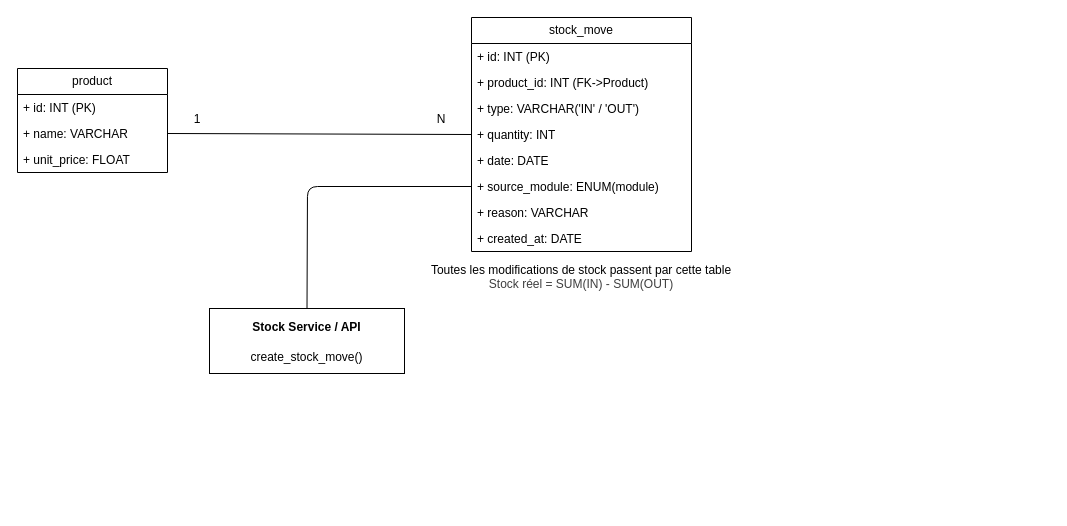
aymeneloulinti-ux/odoo-project keeps this draw.io diagram as stock_core.drawio. Above is the earlier version. Source tidied: cells renumbered, new cells numbered last; positions are measured from the earlier drawing's top-left corner, leaving out a move shared by most shapes. Both pictures are drawn from the tidied source at 100%, with x=0, y=0 at pixel (17, 17).
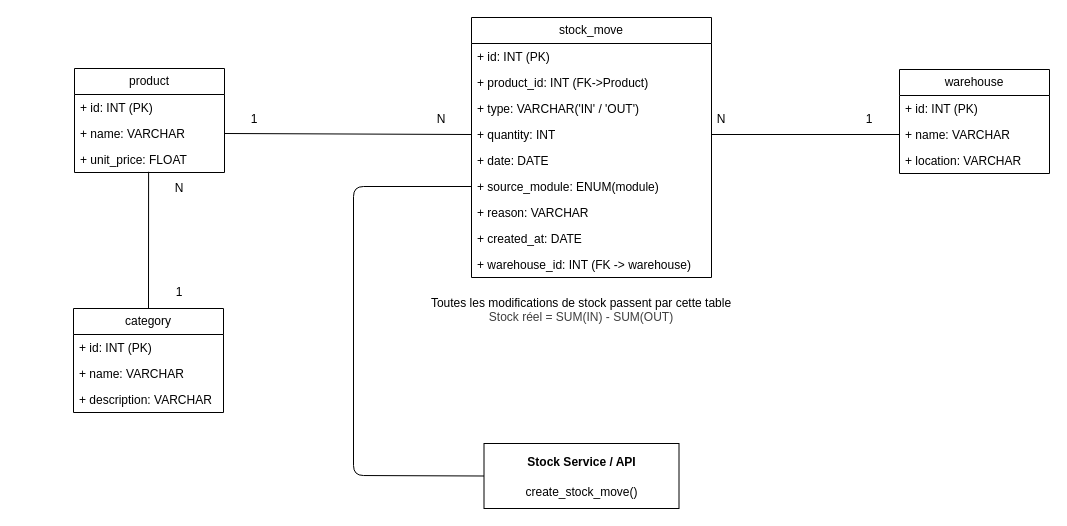
The same page after the edit.

The change refers to these unchanged cells:
```xml
<mxCell id="5" value="+ unit_price: FLOAT" style="text;strokeColor=none;fillColor=none;align=left;verticalAlign=top;spacingLeft=4;spacingRight=4;overflow=hidden;points=[[0,0.5],[1,0.5]];portConstraint=eastwest;whiteSpace=wrap;html=1;" parent="2" vertex="1">
  <mxGeometry y="78" width="150" height="26" as="geometry" />
</mxCell>
```

Diff of the diagram source:
```diff
@@
     <mxCell id="2" value="product" style="swimlane;fontStyle=0;horizontal=1;startSize=26;fillColor=none;whiteSpace=wrap;html=1;" parent="1" vertex="1">
-      <mxGeometry y="51" width="150" height="104" as="geometry" />
+      <mxGeometry x="57" y="51" width="150" height="104" as="geometry" />
     </mxCell>
@@
     <mxCell id="6" value="stock_move" style="swimlane;fontStyle=0;horizontal=1;startSize=26;fillColor=none;whiteSpace=wrap;html=1;" parent="1" vertex="1">
-      <mxGeometry x="454" width="220" height="234" as="geometry" />
+      <mxGeometry x="454" width="240" height="260" as="geometry" />
     </mxCell>
     <mxCell id="7" value="+ id: INT (PK)" style="text;strokeColor=none;fillColor=none;align=left;verticalAlign=top;spacingLeft=4;spacingRight=4;overflow=hidden;whiteSpace=wrap;html=1;" parent="6" vertex="1">
-      <mxGeometry y="26" width="220" height="26" as="geometry" />
+      <mxGeometry y="26" width="240" height="26" as="geometry" />
     </mxCell>
     <mxCell id="8" value="+ product_id: INT (FK-&amp;gt;Product)" style="text;strokeColor=none;fillColor=none;align=left;verticalAlign=top;spacingLeft=4;spacingRight=4;overflow=hidden;whiteSpace=wrap;html=1;" parent="6" vertex="1">
-      <mxGeometry y="52" width="220" height="26" as="geometry" />
+      <mxGeometry y="52" width="240" height="26" as="geometry" />
     </mxCell>
     <mxCell id="9" value="+ type: VARCHAR('IN' / 'OUT')" style="text;strokeColor=none;fillColor=none;align=left;verticalAlign=top;spacingLeft=4;spacingRight=4;overflow=hidden;whiteSpace=wrap;html=1;" parent="6" vertex="1">
-      <mxGeometry y="78" width="220" height="26" as="geometry" />
+      <mxGeometry y="78" width="240" height="26" as="geometry" />
     </mxCell>
     <mxCell id="10" value="+ quantity: INT" style="text;strokeColor=none;fillColor=none;align=left;verticalAlign=top;spacingLeft=4;spacingRight=4;overflow=hidden;points=[[0,0.5],[1,0.5]];portConstraint=eastwest;whiteSpace=wrap;html=1;" parent="6" vertex="1">
-      <mxGeometry y="104" width="220" height="26" as="geometry" />
+      <mxGeometry y="104" width="240" height="26" as="geometry" />
     </mxCell>
     <mxCell id="11" value="+ date: DATE" style="text;strokeColor=none;fillColor=none;align=left;verticalAlign=top;spacingLeft=4;spacingRight=4;overflow=hidden;whiteSpace=wrap;html=1;" parent="6" vertex="1">
-      <mxGeometry y="130" width="220" height="26" as="geometry" />
+      <mxGeometry y="130" width="240" height="26" as="geometry" />
     </mxCell>
     <mxCell id="12" value="+ source_module: ENUM(module)" style="text;strokeColor=none;fillColor=none;align=left;verticalAlign=top;spacingLeft=4;spacingRight=4;overflow=hidden;points=[[0,0.5],[1,0.5]];portConstraint=eastwest;whiteSpace=wrap;html=1;" parent="6" vertex="1">
-      <mxGeometry y="156" width="220" height="26" as="geometry" />
+      <mxGeometry y="156" width="240" height="26" as="geometry" />
     </mxCell>
     <mxCell id="13" value="+ reason: VARCHAR" style="text;strokeColor=none;fillColor=none;align=left;verticalAlign=top;spacingLeft=4;spacingRight=4;overflow=hidden;whiteSpace=wrap;html=1;" parent="6" vertex="1">
-      <mxGeometry y="182" width="220" height="26" as="geometry" />
+      <mxGeometry y="182" width="240" height="26" as="geometry" />
     </mxCell>
     <mxCell id="14" value="+ created_at: DATE" style="text;strokeColor=none;fillColor=none;align=left;verticalAlign=top;spacingLeft=4;spacingRight=4;overflow=hidden;whiteSpace=wrap;html=1;" parent="6" vertex="1">
-      <mxGeometry y="208" width="220" height="26" as="geometry" />
+      <mxGeometry y="208" width="240" height="26" as="geometry" />
     </mxCell>
+    <mxCell id="23" value="+ warehouse_id: INT (FK -&amp;gt; warehouse)" style="text;strokeColor=none;fillColor=none;align=left;verticalAlign=top;spacingLeft=4;spacingRight=4;overflow=hidden;whiteSpace=wrap;html=1;" parent="6" vertex="1">
+      <mxGeometry y="234" width="240" height="26" as="geometry" />
+    </mxCell>
@@
     <mxCell id="16" value="1" style="text;html=1;align=center;verticalAlign=middle;whiteSpace=wrap;rounded=0;" parent="1" vertex="1">
-      <mxGeometry x="150" y="87" width="60" height="30" as="geometry" />
+      <mxGeometry x="207" y="87" width="60" height="30" as="geometry" />
     </mxCell>
@@
     <mxCell id="18" value="Toutes les modifications de stock passent par cette table&lt;div&gt;&lt;span style=&quot;color: rgb(63, 63, 63); background-color: transparent;&quot;&gt;Stock réel = SUM(IN) - SUM(OUT)&lt;/span&gt;&lt;/div&gt;&lt;br/&gt;&lt;br/&gt;&lt;br/&gt;&lt;div&gt;&lt;br/&gt;&lt;/div&gt;" style="text;whiteSpace=wrap;html=1;align=center;" parent="1" vertex="1">
-      <mxGeometry x="409" y="239" width="310" height="40" as="geometry" />
+      <mxGeometry x="409" y="272" width="310" height="40" as="geometry" />
     </mxCell>
     <mxCell id="19" style="rounded=0;whiteSpace=wrap;html=1;" parent="1" vertex="1">
-      <mxGeometry x="192" y="291" width="195" height="65" as="geometry" />
+      <mxGeometry x="466.5" y="426" width="195" height="65" as="geometry" />
     </mxCell>
     <mxCell id="20" value="&lt;b&gt;Stock Service / API&lt;/b&gt;" style="text;html=1;align=center;verticalAlign=middle;whiteSpace=wrap;rounded=0;" parent="1" vertex="1">
-      <mxGeometry x="206.2" y="294.5" width="166.5" height="30" as="geometry" />
+      <mxGeometry x="480.8" y="429.5" width="166.5" height="30" as="geometry" />
     </mxCell>
-    <mxCell id="21" style="endArrow=none;html=1;exitX=0.5;exitY=0;exitDx=0;exitDy=0;entryX=0;entryY=0.5;entryDx=0;entryDy=0;" parent="1" edge="1" source="19" target="12">
+    <mxCell id="21" style="endArrow=none;html=1;entryX=0;entryY=0.5;entryDx=0;entryDy=0;exitX=0;exitY=0.5;exitDx=0;exitDy=0;" parent="1" edge="1" source="19" target="12">
       <mxGeometry relative="1" as="geometry">
         <Array as="points">
-          <mxPoint x="290" y="169" />
+          <mxPoint x="336" y="458" />
+          <mxPoint x="336" y="169" />
         </Array>
       </mxGeometry>
     </mxCell>
     <mxCell id="22" value="create_stock_move()" style="text;html=1;align=center;verticalAlign=middle;whiteSpace=wrap;rounded=0;" parent="1" vertex="1">
-      <mxGeometry x="206.2" y="324.5" width="166.5" height="30" as="geometry" />
+      <mxGeometry x="480.8" y="459.5" width="166.5" height="30" as="geometry" />
     </mxCell>
+    <mxCell id="24" value="category" style="swimlane;fontStyle=0;horizontal=1;startSize=26;fillColor=none;whiteSpace=wrap;html=1;" parent="1" vertex="1">
+      <mxGeometry x="56" y="291" width="150" height="104" as="geometry" />
+    </mxCell>
+    <mxCell id="25" value="+ id: INT (PK)" style="text;strokeColor=none;fillColor=none;align=left;verticalAlign=top;spacingLeft=4;spacingRight=4;overflow=hidden;whiteSpace=wrap;html=1;" parent="24" vertex="1">
+      <mxGeometry y="26" width="150" height="26" as="geometry" />
+    </mxCell>
+    <mxCell id="26" value="+ name: VARCHAR" style="text;strokeColor=none;fillColor=none;align=left;verticalAlign=top;spacingLeft=4;spacingRight=4;overflow=hidden;whiteSpace=wrap;html=1;" parent="24" vertex="1">
+      <mxGeometry y="52" width="150" height="26" as="geometry" />
+    </mxCell>
+    <mxCell id="27" value="+ description: VARCHAR" style="text;strokeColor=none;fillColor=none;align=left;verticalAlign=top;spacingLeft=4;spacingRight=4;overflow=hidden;whiteSpace=wrap;html=1;" parent="24" vertex="1">
+      <mxGeometry y="78" width="150" height="26" as="geometry" />
+    </mxCell>
+    <mxCell id="28" value="warehouse" style="swimlane;fontStyle=0;horizontal=1;startSize=26;fillColor=none;whiteSpace=wrap;html=1;" parent="1" vertex="1">
+      <mxGeometry x="882" y="52" width="150" height="104" as="geometry" />
+    </mxCell>
+    <mxCell id="29" value="+ id: INT (PK)" style="text;strokeColor=none;fillColor=none;align=left;verticalAlign=top;spacingLeft=4;spacingRight=4;overflow=hidden;whiteSpace=wrap;html=1;" parent="28" vertex="1">
+      <mxGeometry y="26" width="150" height="26" as="geometry" />
+    </mxCell>
+    <mxCell id="30" value="+ name: VARCHAR" style="text;strokeColor=none;fillColor=none;align=left;verticalAlign=top;spacingLeft=4;spacingRight=4;overflow=hidden;points=[[0,0.5],[1,0.5]];portConstraint=eastwest;whiteSpace=wrap;html=1;" parent="28" vertex="1">
+      <mxGeometry y="52" width="150" height="26" as="geometry" />
+    </mxCell>
+    <mxCell id="31" value="+ location: VARCHAR" style="text;strokeColor=none;fillColor=none;align=left;verticalAlign=top;spacingLeft=4;spacingRight=4;overflow=hidden;whiteSpace=wrap;html=1;" parent="28" vertex="1">
+      <mxGeometry y="78" width="150" height="26" as="geometry" />
+    </mxCell>
+    <mxCell id="32" style="endArrow=none;html=1;exitX=1;exitY=0.5;exitDx=0;exitDy=0;entryX=0;entryY=0.5;entryDx=0;entryDy=0;" parent="1" edge="1" source="10" target="30">
+      <mxGeometry relative="1" as="geometry" />
+    </mxCell>
+    <mxCell id="33" value="N" style="text;html=1;align=center;verticalAlign=middle;whiteSpace=wrap;rounded=0;" parent="1" vertex="1">
+      <mxGeometry x="674" y="87" width="60" height="30" as="geometry" />
+    </mxCell>
+    <mxCell id="34" value="1" style="text;html=1;align=center;verticalAlign=middle;whiteSpace=wrap;rounded=0;" parent="1" vertex="1">
+      <mxGeometry x="822" y="87" width="60" height="30" as="geometry" />
+    </mxCell>
+    <mxCell id="35" style="endArrow=none;html=1;entryX=0.5;entryY=0;entryDx=0;entryDy=0;exitX=0.494;exitY=0.973;exitDx=0;exitDy=0;exitPerimeter=0;" parent="1" edge="1" source="5" target="24">
+      <mxGeometry relative="1" as="geometry" />
+    </mxCell>
+    <mxCell id="36" value="1" style="text;html=1;align=center;verticalAlign=middle;whiteSpace=wrap;rounded=0;" parent="1" vertex="1">
+      <mxGeometry x="132" y="260" width="60" height="30" as="geometry" />
+    </mxCell>
+    <mxCell id="37" value="N" style="text;html=1;align=center;verticalAlign=middle;whiteSpace=wrap;rounded=0;" parent="1" vertex="1">
+      <mxGeometry x="132" y="156" width="60" height="30" as="geometry" />
+    </mxCell>
```
